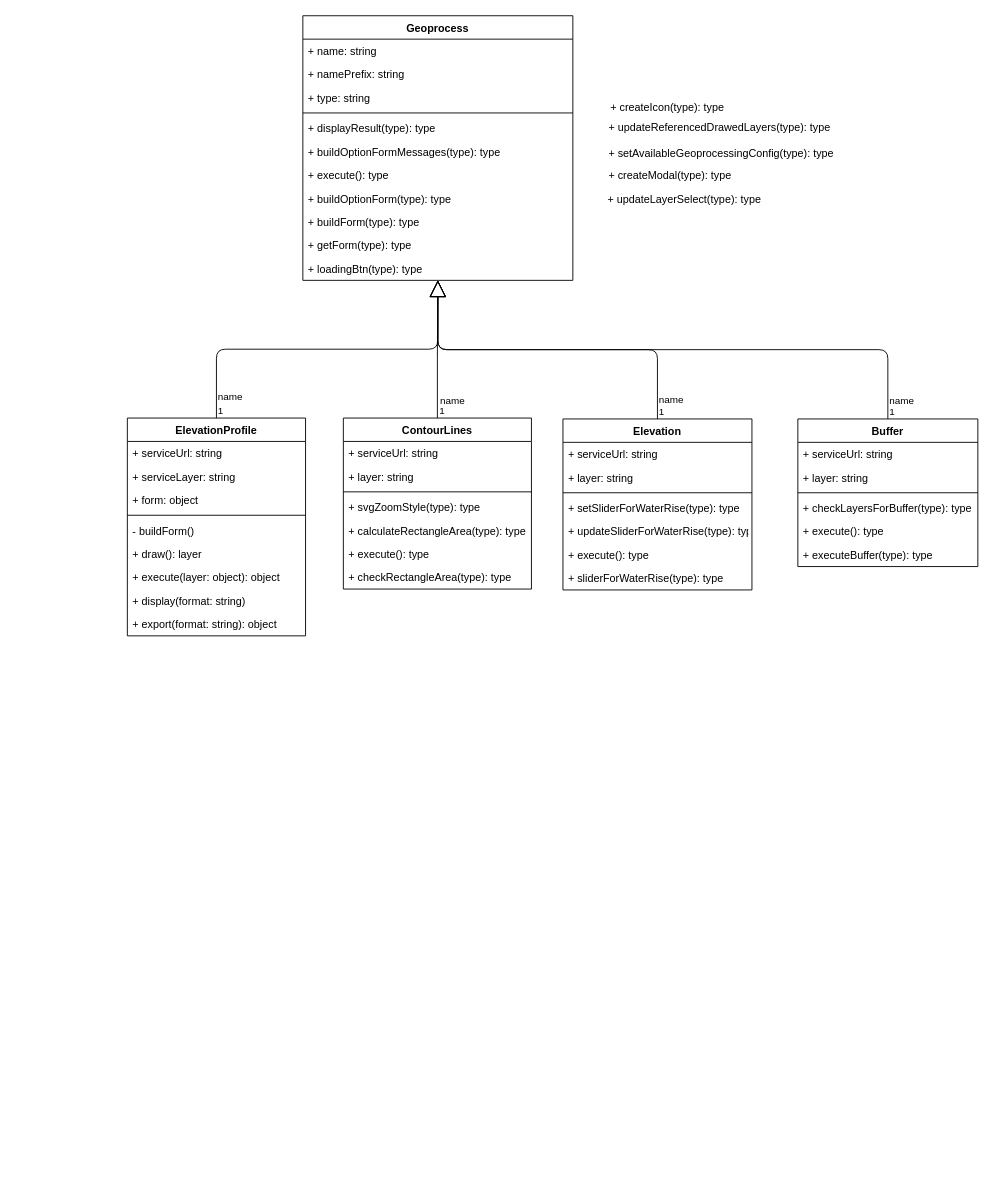
Above: page "Refactor - Class diagram" (2 of 4) of src/docs/Geoprocess.drawio in ign-argentina/argenmap (draw.io), before the change. Source tidied: cells renumbered, new cells numbered last; positions are measured from the earlier drawing's top-left corner, leaving out a move shared by most shapes. Both pictures are drawn from the tidied source at 90%, with x=0, y=0 at pixel (127, 15).
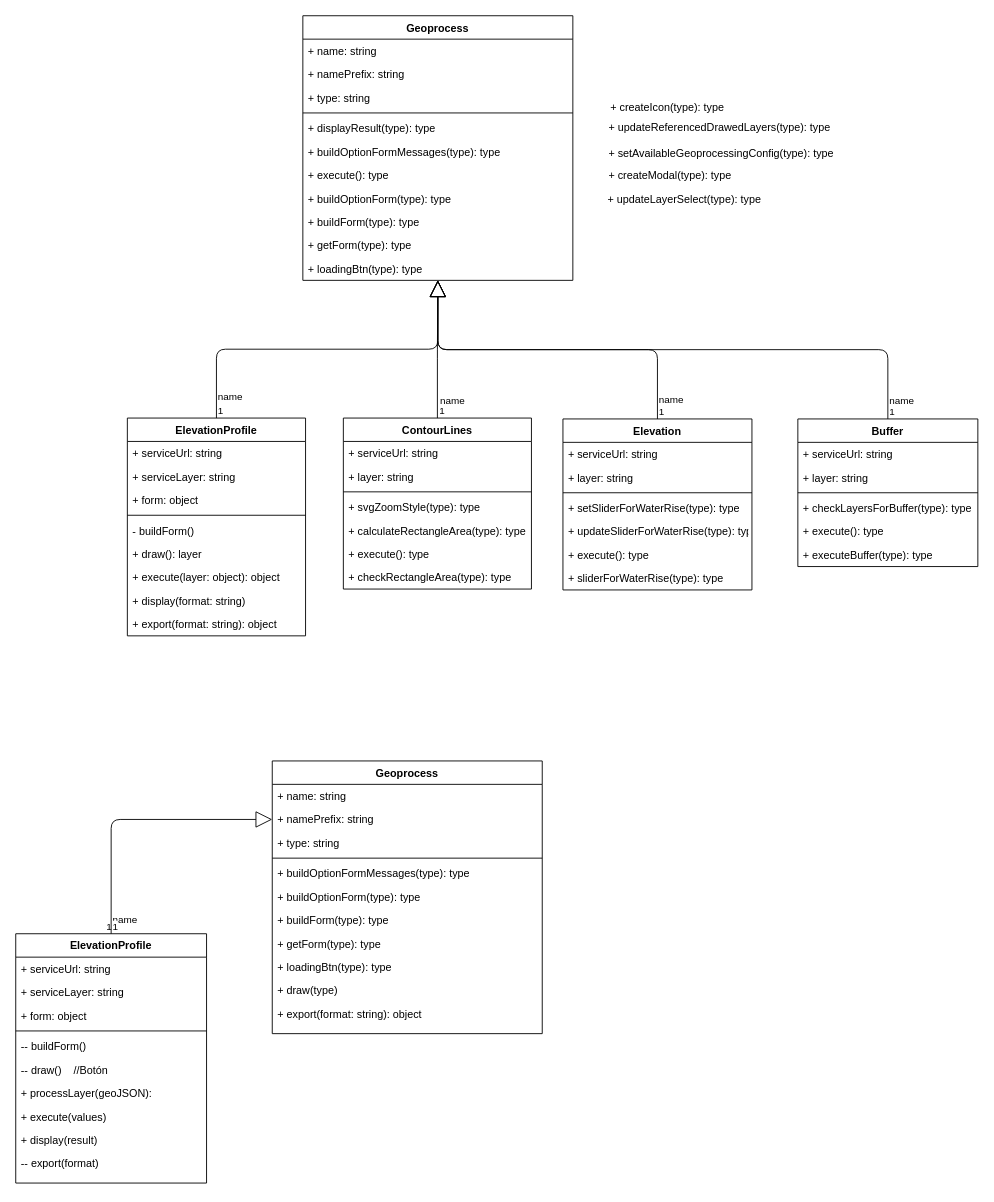
Above is the later version.

Commit message (it also covers changes not shown here):
geoprocess doc update elevProfile

What changed in the source:
```diff
@@
+    <mxCell id="60" value="ElevationProfile" style="swimlane;fontStyle=1;align=center;verticalAlign=top;horizontal=1;startSize=26;" parent="1" vertex="1">
+      <mxGeometry x="-124" y="1020" width="212" height="277" as="geometry" />
+    </mxCell>
+    <mxCell id="61" value="+ serviceUrl: string" style="text;strokeColor=none;fillColor=none;align=left;verticalAlign=top;spacingLeft=4;spacingRight=4;overflow=hidden;" parent="60" vertex="1">
+      <mxGeometry y="26" width="212" height="26" as="geometry" />
+    </mxCell>
+    <mxCell id="62" value="+ serviceLayer: string" style="text;strokeColor=none;fillColor=none;align=left;verticalAlign=top;spacingLeft=4;spacingRight=4;overflow=hidden;" parent="60" vertex="1">
+      <mxGeometry y="52" width="212" height="26" as="geometry" />
+    </mxCell>
+    <mxCell id="63" value="+ form: object" style="text;strokeColor=none;fillColor=none;align=left;verticalAlign=top;spacingLeft=4;spacingRight=4;overflow=hidden;" parent="60" vertex="1">
+      <mxGeometry y="78" width="212" height="26" as="geometry" />
+    </mxCell>
+    <mxCell id="64" style="line;strokeWidth=1;fillColor=none;align=left;verticalAlign=middle;spacingTop=-1;spacingLeft=3;spacingRight=3;labelPosition=right;strokeColor=inherit;" parent="60" vertex="1">
+      <mxGeometry y="104" width="212" height="8" as="geometry" />
+    </mxCell>
+    <mxCell id="65" value="-- buildForm()" style="text;strokeColor=none;fillColor=none;align=left;verticalAlign=top;spacingLeft=4;spacingRight=4;overflow=hidden;" parent="60" vertex="1">
+      <mxGeometry y="112" width="212" height="26" as="geometry" />
+    </mxCell>
+    <mxCell id="66" value="-- draw()    //Botón" style="text;strokeColor=none;fillColor=none;align=left;verticalAlign=top;spacingLeft=4;spacingRight=4;overflow=hidden;" parent="60" vertex="1">
+      <mxGeometry y="138" width="212" height="26" as="geometry" />
+    </mxCell>
+    <mxCell id="67" value="+ processLayer(geoJSON): " style="text;strokeColor=none;fillColor=none;align=left;verticalAlign=top;spacingLeft=4;spacingRight=4;overflow=hidden;" parent="60" vertex="1">
+      <mxGeometry y="164" width="212" height="26" as="geometry" />
+    </mxCell>
+    <mxCell id="68" value="+ execute(values)" style="text;strokeColor=none;fillColor=none;align=left;verticalAlign=top;spacingLeft=4;spacingRight=4;overflow=hidden;" parent="60" vertex="1">
+      <mxGeometry y="190" width="212" height="26" as="geometry" />
+    </mxCell>
+    <mxCell id="69" value="+ display(result)" style="text;strokeColor=none;fillColor=none;align=left;verticalAlign=top;spacingLeft=4;spacingRight=4;overflow=hidden;" parent="60" vertex="1">
+      <mxGeometry y="216" width="212" height="26" as="geometry" />
+    </mxCell>
+    <mxCell id="70" value="-- export(format)" style="text;strokeColor=none;fillColor=none;align=left;verticalAlign=top;spacingLeft=4;spacingRight=4;overflow=hidden;" parent="60" vertex="1">
+      <mxGeometry y="242" width="212" height="35" as="geometry" />
+    </mxCell>
+    <mxCell id="71" value="1" style="edgeLabel;html=1;align=left;verticalAlign=bottom;" parent="1" vertex="1">
+      <mxGeometry x="-25" y="1020" as="geometry" />
+    </mxCell>
+    <mxCell id="72" value="Geoprocess" style="swimlane;fontStyle=1;align=center;verticalAlign=top;horizontal=1;startSize=26;shadow=0;" parent="1" vertex="1">
+      <mxGeometry x="161" y="828" width="300" height="303" as="geometry" />
+    </mxCell>
+    <mxCell id="73" value="+ name: string" style="text;strokeColor=none;fillColor=none;align=left;verticalAlign=top;spacingLeft=4;spacingRight=4;overflow=hidden;" parent="72" vertex="1">
+      <mxGeometry y="26" width="300" height="26" as="geometry" />
+    </mxCell>
+    <mxCell id="74" value="+ namePrefix: string" style="text;strokeColor=none;fillColor=none;align=left;verticalAlign=top;spacingLeft=4;spacingRight=4;overflow=hidden;points=[[0,0.5],[1,0.5]];portConstraint=eastwest;" parent="72" vertex="1">
+      <mxGeometry y="52" width="300" height="26" as="geometry" />
+    </mxCell>
+    <mxCell id="75" value="+ type: string" style="text;strokeColor=none;fillColor=none;align=left;verticalAlign=top;spacingLeft=4;spacingRight=4;overflow=hidden;" parent="72" vertex="1">
+      <mxGeometry y="78" width="300" height="26" as="geometry" />
+    </mxCell>
+    <mxCell id="76" style="line;strokeWidth=1;fillColor=none;align=left;verticalAlign=middle;spacingTop=-1;spacingLeft=3;spacingRight=3;labelPosition=right;strokeColor=inherit;" parent="72" vertex="1">
+      <mxGeometry y="104" width="300" height="8" as="geometry" />
+    </mxCell>
+    <mxCell id="77" value="+ buildOptionFormMessages(type): type" style="text;strokeColor=none;fillColor=none;align=left;verticalAlign=top;spacingLeft=4;spacingRight=4;overflow=hidden;" parent="72" vertex="1">
+      <mxGeometry y="112" width="300" height="26" as="geometry" />
+    </mxCell>
+    <mxCell id="78" value="+ buildOptionForm(type): type" style="text;strokeColor=none;fillColor=none;align=left;verticalAlign=top;spacingLeft=4;spacingRight=4;overflow=hidden;" parent="72" vertex="1">
+      <mxGeometry y="138" width="300" height="26" as="geometry" />
+    </mxCell>
+    <mxCell id="79" value="+ buildForm(type): type" style="text;strokeColor=none;fillColor=none;align=left;verticalAlign=top;spacingLeft=4;spacingRight=4;overflow=hidden;" parent="72" vertex="1">
+      <mxGeometry y="164" width="300" height="26" as="geometry" />
+    </mxCell>
+    <mxCell id="80" value="+ getForm(type): type" style="text;strokeColor=none;fillColor=none;align=left;verticalAlign=top;spacingLeft=4;spacingRight=4;overflow=hidden;" parent="72" vertex="1">
+      <mxGeometry y="190" width="300" height="26" as="geometry" />
+    </mxCell>
+    <mxCell id="81" value="+ loadingBtn(type): type" style="text;strokeColor=none;fillColor=none;align=left;verticalAlign=top;spacingLeft=4;spacingRight=4;overflow=hidden;" parent="72" vertex="1">
+      <mxGeometry y="216" width="300" height="26" as="geometry" />
+    </mxCell>
+    <mxCell id="82" value="+ draw(type)" style="text;strokeColor=none;fillColor=none;align=left;verticalAlign=top;spacingLeft=4;spacingRight=4;overflow=hidden;" parent="72" vertex="1">
+      <mxGeometry y="242" width="300" height="26" as="geometry" />
+    </mxCell>
+    <mxCell id="83" value="+ export(format: string): object" style="text;strokeColor=none;fillColor=none;align=left;verticalAlign=top;spacingLeft=4;spacingRight=4;overflow=hidden;" parent="72" vertex="1">
+      <mxGeometry y="268" width="300" height="35" as="geometry" />
+    </mxCell>
+    <mxCell id="84" value="name" style="endArrow=block;endFill=0;html=1;edgeStyle=orthogonalEdgeStyle;align=left;verticalAlign=top;endSize=16;entryX=0;entryY=0.5;entryDx=0;entryDy=0;" parent="1" edge="1" source="60" target="74">
+      <mxGeometry x="-0.82" relative="1" as="geometry" />
+    </mxCell>
+    <mxCell id="85" value="1" style="edgeLabel;html=1;align=left;verticalAlign=bottom;" parent="84" vertex="1">
+      <mxGeometry x="-1" relative="1" as="geometry" />
+    </mxCell>
```
